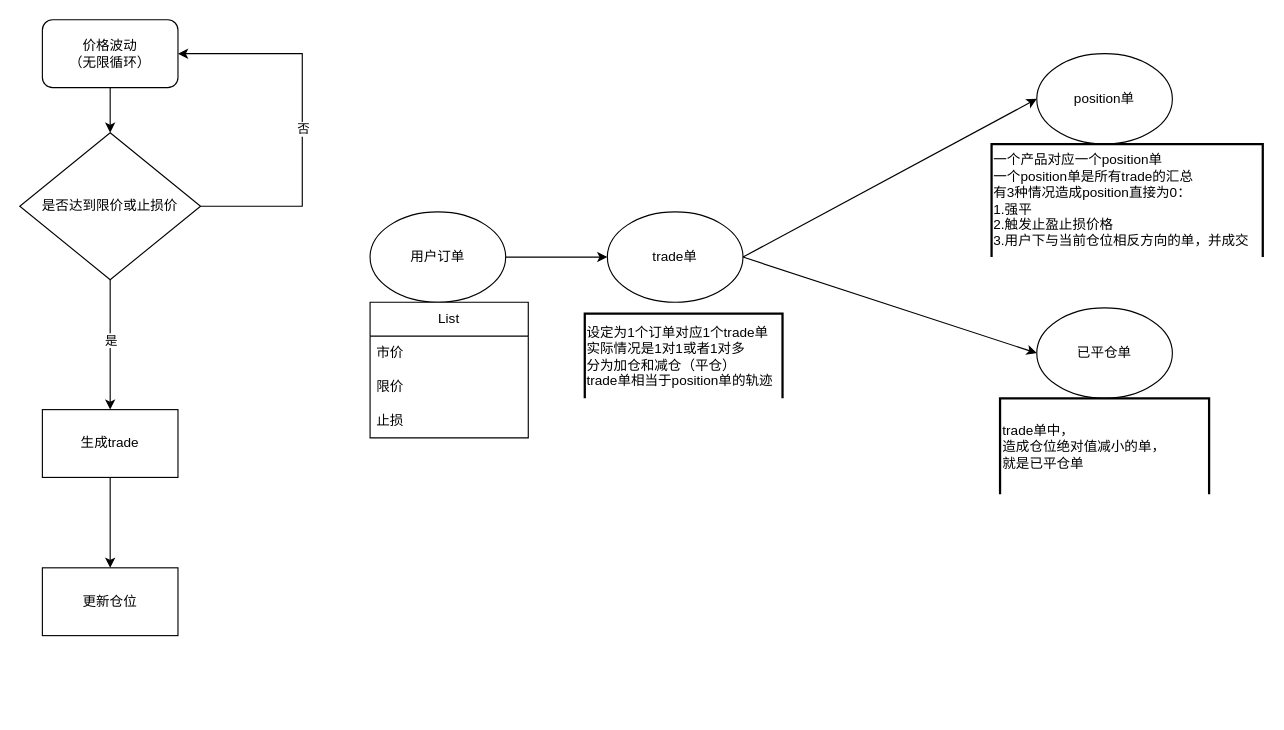
dwfrost/images keeps this draw.io diagram as 限价单或止损单.drawio. Above is the earlier version. Source tidied: cells renumbered, new cells numbered last; positions are measured from the earlier drawing's top-left corner, leaving out a move shared by most shapes. Both pictures are drawn from the tidied source at 113%, with x=0, y=0 at pixel (19, 19).
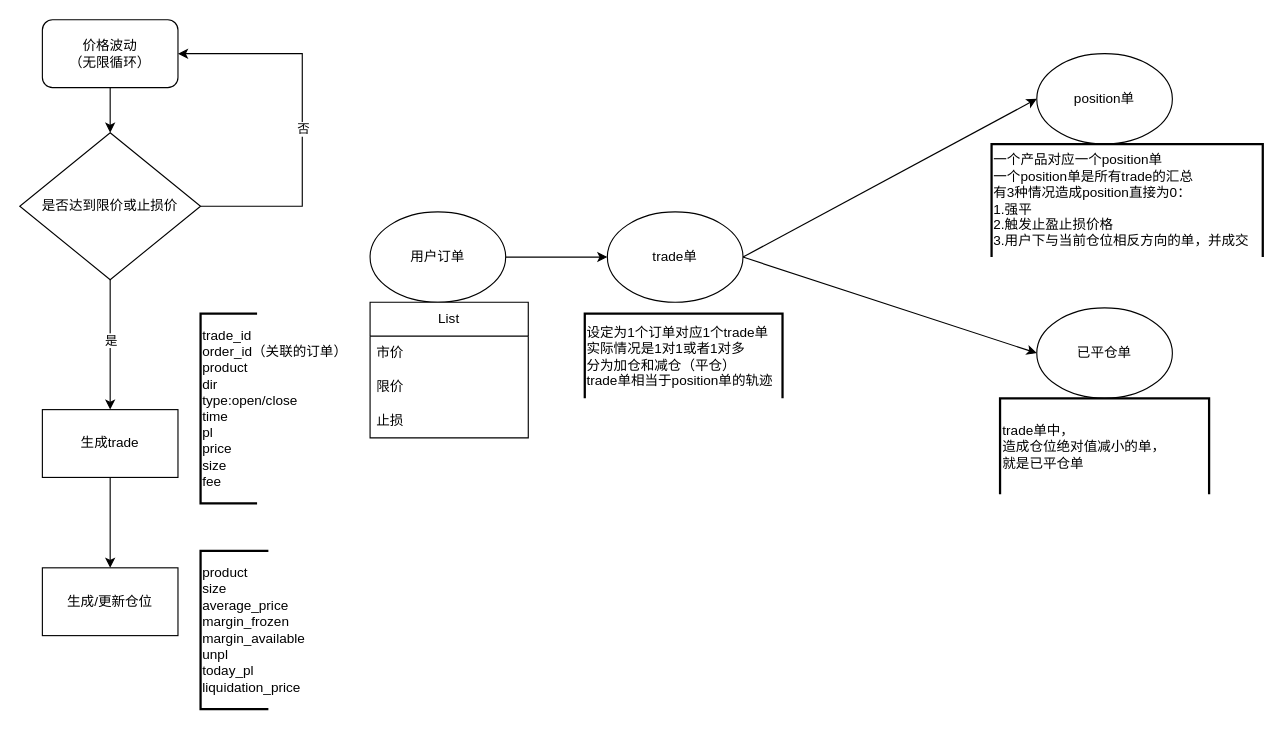
The same diagram, later.

Commit message:
更新限价单或止损单.drawio

Diff of the diagram source:
```diff
@@
-    <mxCell id="11" value="更新仓位" style="whiteSpace=wrap;html=1;" parent="1" vertex="1">
+    <mxCell id="11" value="生成/更新仓位" style="whiteSpace=wrap;html=1;" parent="1" vertex="1">
       <mxGeometry x="20" y="485" width="120" height="60" as="geometry" />
     </mxCell>
@@
+    <mxCell id="26" value="product&lt;br&gt;size&lt;br&gt;average_price&lt;br&gt;margin_frozen&lt;br&gt;margin_available&lt;br&gt;unpl&lt;br&gt;today_pl&lt;br&gt;liquidation_price" style="strokeWidth=2;html=1;shape=mxgraph.flowchart.annotation_1;align=left;" parent="1" vertex="1">
+      <mxGeometry x="160" y="470" width="60" height="140" as="geometry" />
+    </mxCell>
+    <mxCell id="27" value="trade_id&lt;br&gt;order_id（关联的订单）&lt;br&gt;product&lt;br&gt;dir&lt;br&gt;type:open/close&lt;br&gt;time&lt;br&gt;pl&lt;br&gt;price&lt;br&gt;size&lt;br&gt;fee" style="strokeWidth=2;html=1;shape=mxgraph.flowchart.annotation_1;align=left;" parent="1" vertex="1">
+      <mxGeometry x="160" y="260" width="50" height="168" as="geometry" />
+    </mxCell>
```
